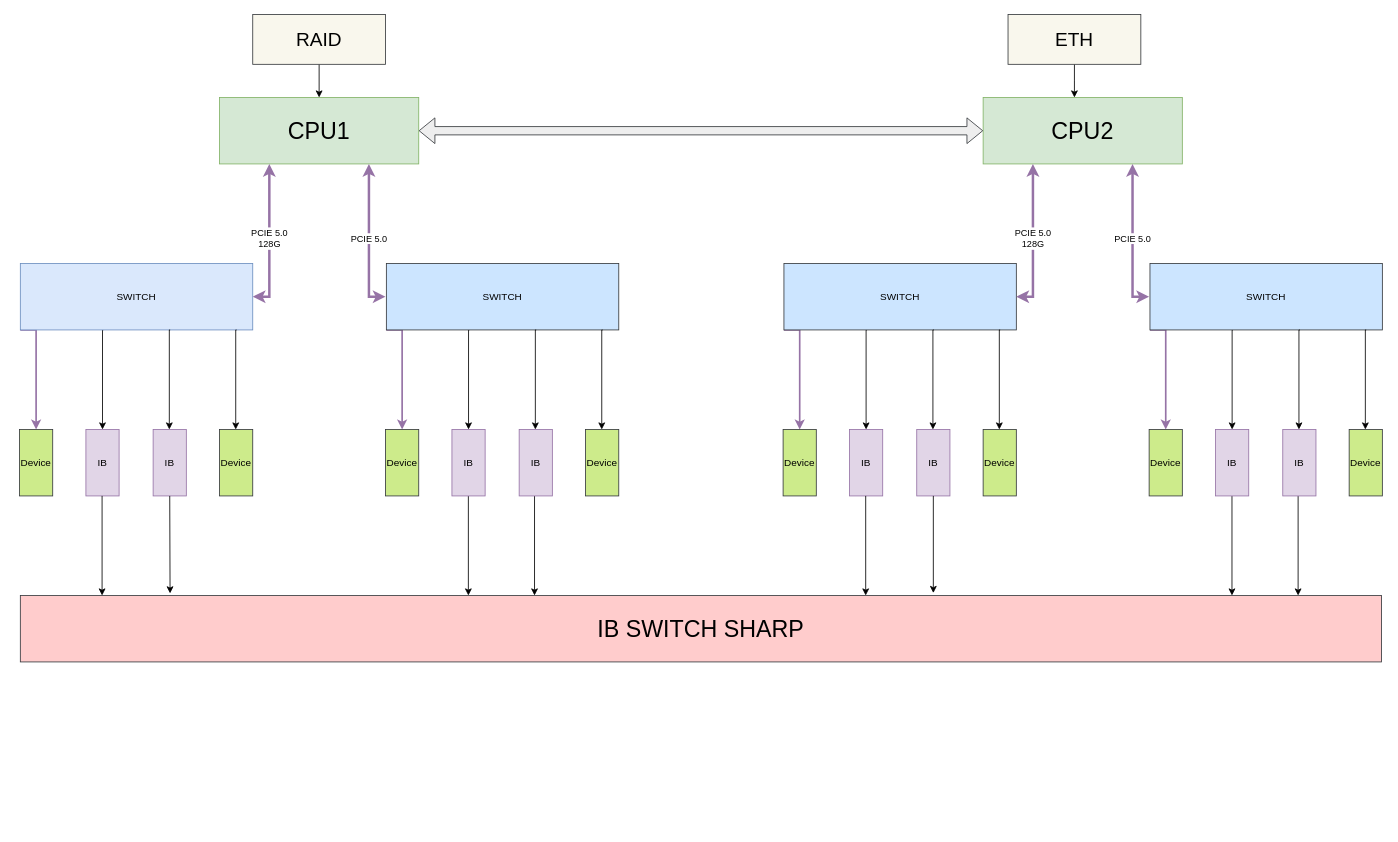
Before: OAM_net_ARC.drawio in BEYHHH/SBLP, a draw.io diagram. Source tidied: cells renumbered, new cells numbered last; positions are measured from the earlier drawing's top-left corner, leaving out a move shared by most shapes. Both pictures are drawn from the tidied source at 83%, with x=0, y=0 at pixel (19, 14).
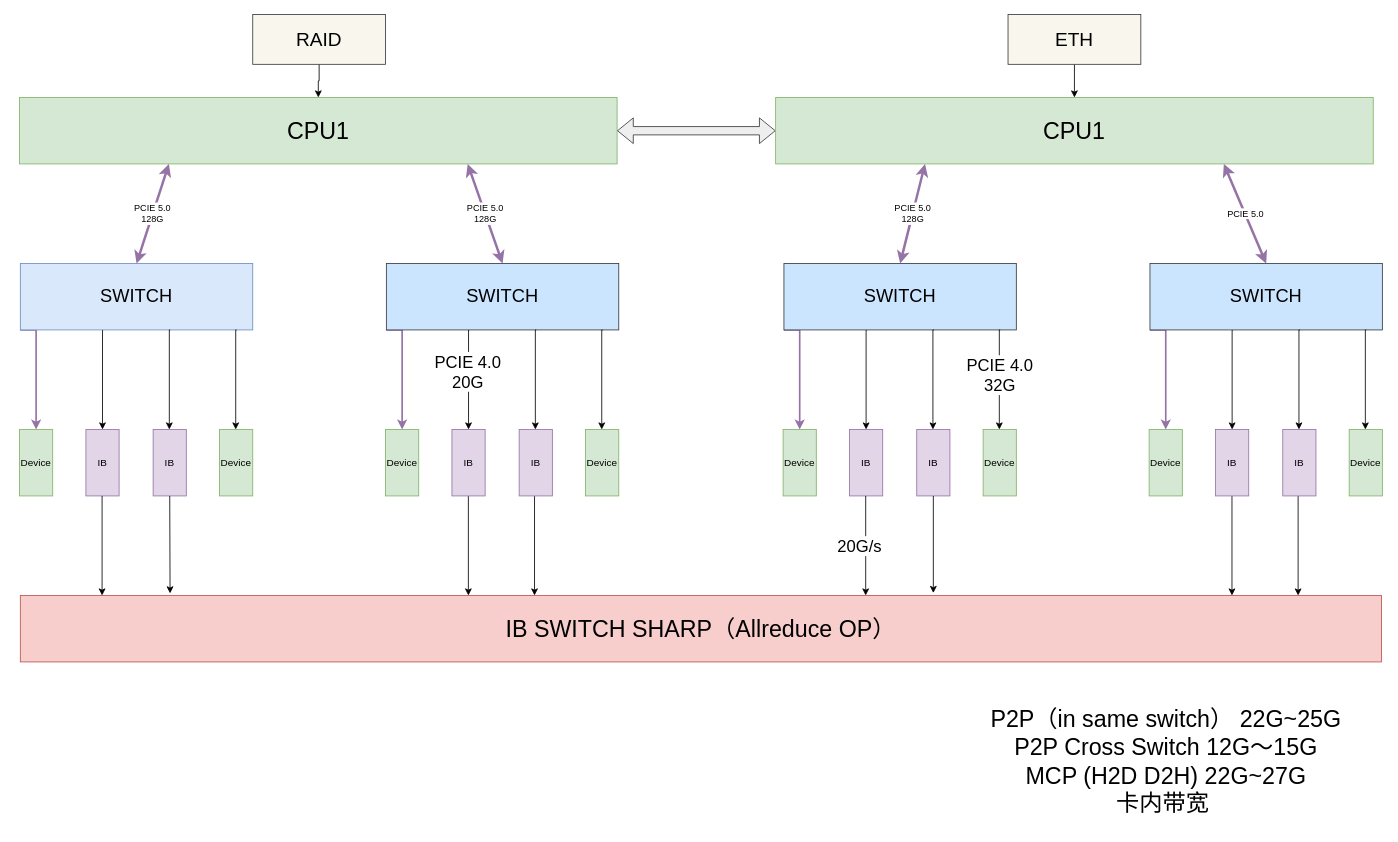
Above is the later version.

Unchanged cells that the change refers to:
```xml
<mxCell id="22" style="edgeStyle=orthogonalEdgeStyle;rounded=0;jettySize=auto;html=1;entryX=0.5;entryY=0;entryDx=0;entryDy=0;" parent="1" edge="1" target="25">
  <mxGeometry relative="1" as="geometry">
    <mxPoint x="542" y="380" as="sourcePoint" />
    <Array as="points">
      <mxPoint x="541" y="380" />
    </Array>
  </mxGeometry>
</mxCell>
<mxCell id="44" style="edgeStyle=orthogonalEdgeStyle;rounded=0;orthogonalLoop=1;jettySize=auto;html=1;entryX=0.5;entryY=0;entryDx=0;entryDy=0;" parent="1" edge="1">
  <mxGeometry relative="1" as="geometry">
    <mxPoint x="1181.5" y="380" as="sourcePoint" />
    <mxPoint x="1180.5" y="500" as="targetPoint" />
    <Array as="points">
      <mxPoint x="1180.5" y="380" />
    </Array>
  </mxGeometry>
</mxCell>
```

Change to the diagram source:
```diff
@@
     <mxCell id="2" value="&lt;font style=&quot;font-size: 28px;&quot;&gt;CPU1&lt;/font&gt;" style="rounded=0;whiteSpace=wrap;html=1;fillColor=#d5e8d4;strokeColor=#82b366;" parent="1" vertex="1">
-      <mxGeometry x="241" y="100" width="240" height="80" as="geometry" />
+      <mxGeometry y="100" width="720" height="80" as="geometry" />
     </mxCell>
@@
-    <mxCell id="5" value="SWITCH" style="rounded=0;whiteSpace=wrap;html=1;fillColor=#dae8fc;strokeColor=#6c8ebf;" parent="1" vertex="1">
+    <mxCell id="5" value="&lt;font style=&quot;font-size: 22px;&quot;&gt;SWITCH&lt;/font&gt;" style="rounded=0;whiteSpace=wrap;html=1;fillColor=#dae8fc;strokeColor=#6c8ebf;" parent="1" vertex="1">
       <mxGeometry x="1" y="300" width="280" height="80" as="geometry" />
     </mxCell>
-    <mxCell id="6" value="Device" style="rounded=0;whiteSpace=wrap;html=1;fillColor=#cdeb8b;strokeColor=#36393d;" parent="1" vertex="1">
+    <mxCell id="6" value="Device" style="rounded=0;whiteSpace=wrap;html=1;fillColor=#d5e8d4;strokeColor=#82b366;" parent="1" vertex="1">
       <mxGeometry y="500" width="40" height="80" as="geometry" />
     </mxCell>
@@
-    <mxCell id="9" value="Device" style="rounded=0;whiteSpace=wrap;html=1;fillColor=#cdeb8b;strokeColor=#36393d;" parent="1" vertex="1">
+    <mxCell id="9" value="Device" style="rounded=0;whiteSpace=wrap;html=1;fillColor=#d5e8d4;strokeColor=#82b366;" parent="1" vertex="1">
       <mxGeometry x="241" y="500" width="40" height="80" as="geometry" />
     </mxCell>
-    <mxCell id="10" value="PCIE 5.0" style="endArrow=classic;startArrow=classic;html=1;rounded=0;entryX=0.75;entryY=1;entryDx=0;entryDy=0;exitX=0;exitY=0.5;exitDx=0;exitDy=0;strokeWidth=3;fillColor=#e1d5e7;strokeColor=#9673a6;" parent="1" edge="1" target="2">
-      <mxGeometry relative="1" as="geometry">
-        <mxPoint x="441" y="340" as="sourcePoint" />
-        <Array as="points">
-          <mxPoint x="421" y="340" />
-        </Array>
-      </mxGeometry>
+    <mxCell id="10" value="PCIE 5.0&lt;br&gt;128G" style="endArrow=classic;startArrow=classic;html=1;rounded=0;entryX=0.75;entryY=1;entryDx=0;entryDy=0;exitX=0.5;exitY=0;exitDx=0;exitDy=0;strokeWidth=3;fillColor=#e1d5e7;strokeColor=#9673a6;" parent="1" edge="1" source="23" target="2">
+      <mxGeometry relative="1" as="geometry" />
     </mxCell>
-    <mxCell id="11" value="PCIE 5.0&lt;br&gt;128G" style="endArrow=classic;startArrow=classic;html=1;rounded=0;entryX=0.25;entryY=1;entryDx=0;entryDy=0;strokeWidth=3;fillColor=#e1d5e7;strokeColor=#9673a6;" parent="1" edge="1" source="5" target="2">
-      <mxGeometry relative="1" as="geometry">
-        <Array as="points">
-          <mxPoint x="301" y="340" />
-        </Array>
-      </mxGeometry>
+    <mxCell id="11" value="PCIE 5.0&lt;br&gt;128G" style="endArrow=classic;startArrow=classic;html=1;rounded=0;entryX=0.25;entryY=1;entryDx=0;entryDy=0;strokeWidth=3;fillColor=#e1d5e7;strokeColor=#9673a6;exitX=0.5;exitY=0;exitDx=0;exitDy=0;" parent="1" edge="1" source="5" target="2">
+      <mxGeometry relative="1" as="geometry" />
     </mxCell>
-    <mxCell id="12" value="&lt;font style=&quot;font-size: 28px;&quot;&gt;CPU2&lt;/font&gt;" style="rounded=0;whiteSpace=wrap;html=1;fillColor=#d5e8d4;strokeColor=#82b366;" parent="1" vertex="1">
-      <mxGeometry x="1161" y="100" width="240" height="80" as="geometry" />
-    </mxCell>
-    <mxCell id="13" style="shape=flexArrow;endArrow=classic;startArrow=classic;html=1;rounded=0;entryX=0;entryY=0.5;entryDx=0;entryDy=0;fillColor=#eeeeee;strokeColor=#36393d;" parent="1" edge="1" source="2" target="12">
+    <mxCell id="13" style="shape=flexArrow;endArrow=classic;startArrow=classic;html=1;rounded=0;entryX=0;entryY=0.5;entryDx=0;entryDy=0;fillColor=#eeeeee;strokeColor=#36393d;" parent="1" edge="1" source="2" target="60">
       <mxGeometry relative="1" as="geometry" />
     </mxCell>
-    <mxCell id="14" value="&lt;font style=&quot;font-size: 28px;&quot;&gt;IB SWITCH SHARP&lt;/font&gt;" style="rounded=0;whiteSpace=wrap;html=1;fillColor=#ffcccc;strokeColor=#36393d;" parent="1" vertex="1">
+    <mxCell id="14" value="&lt;font style=&quot;font-size: 28px;&quot;&gt;IB SWITCH SHARP（Allreduce OP）&lt;/font&gt;" style="rounded=0;whiteSpace=wrap;html=1;fillColor=#f8cecc;strokeColor=#b85450;" parent="1" vertex="1">
       <mxGeometry x="1" y="700" width="1640" height="80" as="geometry" />
     </mxCell>
@@
+    <mxCell id="58" value="&lt;font style=&quot;font-size: 20px;&quot;&gt;PCIE 4.0&lt;br&gt;20G&lt;/font&gt;" style="edgeLabel;html=1;align=center;verticalAlign=middle;" parent="22" vertex="1">
+      <mxGeometry x="-0.17" y="-2" relative="1" as="geometry" />
+    </mxCell>
-    <mxCell id="23" value="SWITCH" style="rounded=0;whiteSpace=wrap;html=1;fillColor=#cce5ff;strokeColor=#36393d;" parent="1" vertex="1">
+    <mxCell id="23" value="&lt;font style=&quot;font-size: 22px;&quot;&gt;SWITCH&lt;/font&gt;" style="rounded=0;whiteSpace=wrap;html=1;fillColor=#cce5ff;strokeColor=#36393d;" parent="1" vertex="1">
       <mxGeometry x="442" y="300" width="280" height="80" as="geometry" />
     </mxCell>
-    <mxCell id="24" value="Device" style="rounded=0;whiteSpace=wrap;html=1;fillColor=#cdeb8b;strokeColor=#36393d;" parent="1" vertex="1">
+    <mxCell id="24" value="Device" style="rounded=0;whiteSpace=wrap;html=1;fillColor=#d5e8d4;strokeColor=#82b366;" parent="1" vertex="1">
       <mxGeometry x="441" y="500" width="40" height="80" as="geometry" />
     </mxCell>
@@
-    <mxCell id="27" value="Device" style="rounded=0;whiteSpace=wrap;html=1;fillColor=#cdeb8b;strokeColor=#36393d;" parent="1" vertex="1">
+    <mxCell id="27" value="Device" style="rounded=0;whiteSpace=wrap;html=1;fillColor=#d5e8d4;strokeColor=#82b366;" parent="1" vertex="1">
       <mxGeometry x="682" y="500" width="40" height="80" as="geometry" />
     </mxCell>
@@
-    <mxCell id="32" value="SWITCH" style="rounded=0;whiteSpace=wrap;html=1;fillColor=#cce5ff;strokeColor=#36393d;" parent="1" vertex="1">
+    <mxCell id="32" value="&lt;font style=&quot;font-size: 22px;&quot;&gt;SWITCH&lt;/font&gt;" style="rounded=0;whiteSpace=wrap;html=1;fillColor=#cce5ff;strokeColor=#36393d;" parent="1" vertex="1">
       <mxGeometry x="921" y="300" width="280" height="80" as="geometry" />
     </mxCell>
-    <mxCell id="33" value="Device" style="rounded=0;whiteSpace=wrap;html=1;fillColor=#cdeb8b;strokeColor=#36393d;" parent="1" vertex="1">
+    <mxCell id="33" value="Device" style="rounded=0;whiteSpace=wrap;html=1;fillColor=#d5e8d4;strokeColor=#82b366;" parent="1" vertex="1">
       <mxGeometry x="920" y="500" width="40" height="80" as="geometry" />
     </mxCell>
@@
-    <mxCell id="36" value="Device" style="rounded=0;whiteSpace=wrap;html=1;fillColor=#cdeb8b;strokeColor=#36393d;" parent="1" vertex="1">
+    <mxCell id="36" value="Device" style="rounded=0;whiteSpace=wrap;html=1;fillColor=#d5e8d4;strokeColor=#82b366;" parent="1" vertex="1">
       <mxGeometry x="1161" y="500" width="40" height="80" as="geometry" />
     </mxCell>
-    <mxCell id="37" value="PCIE 5.0" style="endArrow=classic;startArrow=classic;html=1;rounded=0;entryX=0.75;entryY=1;entryDx=0;entryDy=0;exitX=0;exitY=0.5;exitDx=0;exitDy=0;strokeWidth=3;fillColor=#e1d5e7;strokeColor=#9673a6;" parent="1" edge="1">
-      <mxGeometry relative="1" as="geometry">
-        <mxPoint x="1361" y="340" as="sourcePoint" />
-        <mxPoint x="1341" y="180" as="targetPoint" />
-        <Array as="points">
-          <mxPoint x="1341" y="340" />
-        </Array>
-      </mxGeometry>
+    <mxCell id="37" value="PCIE 5.0" style="endArrow=classic;startArrow=classic;html=1;rounded=0;entryX=0.75;entryY=1;entryDx=0;entryDy=0;exitX=0.5;exitY=0;exitDx=0;exitDy=0;strokeWidth=3;fillColor=#e1d5e7;strokeColor=#9673a6;" parent="1" edge="1" source="47" target="60">
+      <mxGeometry relative="1" as="geometry" />
     </mxCell>
-    <mxCell id="38" value="PCIE 5.0&lt;br&gt;128G" style="endArrow=classic;startArrow=classic;html=1;rounded=0;entryX=0.25;entryY=1;entryDx=0;entryDy=0;strokeWidth=3;fillColor=#e1d5e7;strokeColor=#9673a6;" parent="1" edge="1" source="32">
-      <mxGeometry relative="1" as="geometry">
-        <mxPoint x="1221" y="180" as="targetPoint" />
-        <Array as="points">
-          <mxPoint x="1221" y="340" />
-        </Array>
-      </mxGeometry>
+    <mxCell id="38" value="PCIE 5.0&lt;br&gt;128G" style="endArrow=classic;startArrow=classic;html=1;rounded=0;entryX=0.25;entryY=1;entryDx=0;entryDy=0;strokeWidth=3;fillColor=#e1d5e7;strokeColor=#9673a6;exitX=0.5;exitY=0;exitDx=0;exitDy=0;" parent="1" edge="1" source="32" target="60">
+      <mxGeometry relative="1" as="geometry" />
     </mxCell>
@@
-    <mxCell id="42" style="endArrow=classic;html=1;rounded=0;exitX=0.5;exitY=1;exitDx=0;exitDy=0;entryX=0.131;entryY=0.004;entryDx=0;entryDy=0;entryPerimeter=0;" parent="1" edge="1">
-      <mxGeometry relative="1" as="geometry">
+    <mxCell id="42" value="&lt;font style=&quot;font-size: 20px;&quot;&gt;20G/s&lt;/font&gt;" style="endArrow=classic;html=1;rounded=0;exitX=0.5;exitY=1;exitDx=0;exitDy=0;entryX=0.131;entryY=0.004;entryDx=0;entryDy=0;entryPerimeter=0;" parent="1" edge="1">
+      <mxGeometry y="-8" relative="1" as="geometry">
         <mxPoint x="1019.5" y="580" as="sourcePoint" />
         <mxPoint x="1019.5" y="700" as="targetPoint" />
       </mxGeometry>
     </mxCell>
@@
+    <mxCell id="59" value="&lt;font style=&quot;font-size: 20px;&quot;&gt;PCIE 4.0&lt;br&gt;32G&lt;/font&gt;" style="edgeLabel;html=1;align=center;verticalAlign=middle;" parent="44" vertex="1">
+      <mxGeometry x="-0.1" relative="1" as="geometry" />
+    </mxCell>
@@
-    <mxCell id="47" value="SWITCH" style="rounded=0;whiteSpace=wrap;html=1;fillColor=#cce5ff;strokeColor=#36393d;" parent="1" vertex="1">
+    <mxCell id="47" value="&lt;font style=&quot;font-size: 22px;&quot;&gt;SWITCH&lt;/font&gt;" style="rounded=0;whiteSpace=wrap;html=1;fillColor=#cce5ff;strokeColor=#36393d;" parent="1" vertex="1">
       <mxGeometry x="1362" y="300" width="280" height="80" as="geometry" />
     </mxCell>
-    <mxCell id="48" value="Device" style="rounded=0;whiteSpace=wrap;html=1;fillColor=#cdeb8b;strokeColor=#36393d;" parent="1" vertex="1">
+    <mxCell id="48" value="Device" style="rounded=0;whiteSpace=wrap;html=1;fillColor=#d5e8d4;strokeColor=#82b366;" parent="1" vertex="1">
       <mxGeometry x="1361" y="500" width="40" height="80" as="geometry" />
     </mxCell>
@@
-    <mxCell id="51" value="Device" style="rounded=0;whiteSpace=wrap;html=1;fillColor=#cdeb8b;strokeColor=#36393d;" parent="1" vertex="1">
+    <mxCell id="51" value="Device" style="rounded=0;whiteSpace=wrap;html=1;fillColor=#d5e8d4;strokeColor=#82b366;" parent="1" vertex="1">
       <mxGeometry x="1602" y="500" width="40" height="80" as="geometry" />
     </mxCell>
@@
+    <mxCell id="60" value="&lt;font style=&quot;font-size: 28px;&quot;&gt;CPU1&lt;/font&gt;" style="rounded=0;whiteSpace=wrap;html=1;fillColor=#d5e8d4;strokeColor=#82b366;" parent="1" vertex="1">
+      <mxGeometry x="911" y="100" width="720" height="80" as="geometry" />
+    </mxCell>
+    <mxCell id="61" value="&lt;font style=&quot;font-size: 28px;&quot;&gt;P2P（in same switch） 22G~25G&lt;br&gt;P2P Cross Switch 12G～15G&lt;br&gt;MCP (H2D D2H) 22G~27G&lt;br&gt;卡内带宽&amp;nbsp;&lt;br&gt;&lt;/font&gt;" style="text;html=1;strokeColor=none;fillColor=none;align=center;verticalAlign=middle;whiteSpace=wrap;rounded=0;" parent="1" vertex="1">
+      <mxGeometry x="1160.5" y="820" width="441" height="160" as="geometry" />
+    </mxCell>
```
